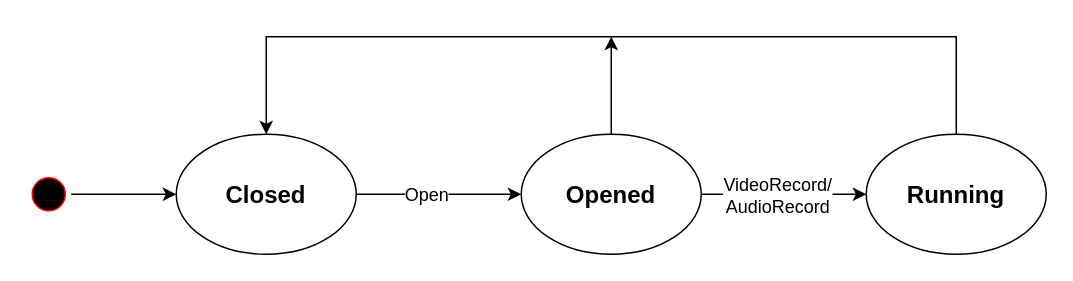
Earlier version of the draw.io diagram docs/drawio/driver-lifecycle.drawio (pion/mediadevices). Source tidied: cells renumbered, new cells numbered last; positions are measured from the earlier drawing's top-left corner, leaving out a move shared by most shapes. Both pictures are drawn from the tidied source at 150%, with x=0, y=0 at pixel (26, 36).
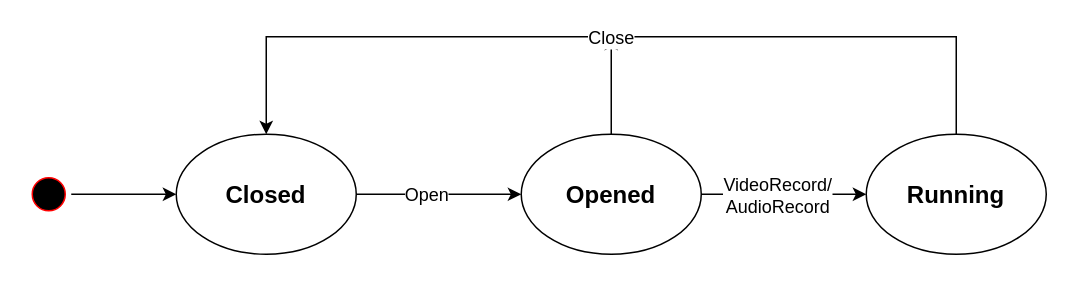
Above is the later version.

Diff of the diagram source:
```diff
@@
 <mxGraphModel>
   <root>
     <mxCell id="0" />
     <mxCell id="1" parent="0" />
     <mxCell id="2" style="edgeStyle=orthogonalEdgeStyle;rounded=0;jettySize=auto;html=1;exitX=1;exitY=0.5;exitDx=0;exitDy=0;entryX=0;entryY=0.5;entryDx=0;entryDy=0;" parent="1" edge="1" source="5" target="7">
       <mxGeometry relative="1" as="geometry" />
     </mxCell>
     <mxCell id="3" value="&lt;div&gt;VideoRecord/&lt;/div&gt;&lt;div&gt;AudioRecord&lt;br&gt;&lt;/div&gt;" style="text;html=1;align=center;verticalAlign=middle;labelBackgroundColor=#ffffff;" parent="2" vertex="1">
       <mxGeometry x="-0.29" y="1" relative="1" as="geometry">
         <mxPoint x="11" y="1" as="offset" />
       </mxGeometry>
     </mxCell>
     <mxCell id="4" style="edgeStyle=orthogonalEdgeStyle;rounded=0;jettySize=auto;html=1;exitX=0.5;exitY=0;exitDx=0;exitDy=0;endArrow=classic;endFill=1;" parent="1" edge="1" source="5">
       <mxGeometry relative="1" as="geometry">
         <mxPoint x="390" as="targetPoint" />
       </mxGeometry>
     </mxCell>
     <mxCell id="5" value="&lt;font style=&quot;font-size: 16px&quot;&gt;&lt;b&gt;Opened&lt;/b&gt;&lt;/font&gt;" style="ellipse;whiteSpace=wrap;html=1;" parent="1" vertex="1">
       <mxGeometry x="330" y="65" width="120" height="80" as="geometry" />
     </mxCell>
     <mxCell id="6" style="edgeStyle=orthogonalEdgeStyle;rounded=0;jettySize=auto;html=1;exitX=0.5;exitY=0;exitDx=0;exitDy=0;entryX=0.5;entryY=0;entryDx=0;entryDy=0;" parent="1" edge="1" source="7" target="10">
       <mxGeometry relative="1" as="geometry">
         <Array as="points">
           <mxPoint x="620" />
           <mxPoint x="160" />
         </Array>
       </mxGeometry>
     </mxCell>
+    <mxCell id="13" value="Close" style="text;html=1;align=center;verticalAlign=middle;labelBackgroundColor=#ffffff;" parent="6" vertex="1">
+      <mxGeometry x="0.12" relative="1" as="geometry">
+        <mxPoint x="34" as="offset" />
+      </mxGeometry>
+    </mxCell>
     <mxCell id="7" value="&lt;font style=&quot;font-size: 16px&quot;&gt;&lt;b&gt;Running&lt;/b&gt;&lt;/font&gt;" style="ellipse;whiteSpace=wrap;html=1;" parent="1" vertex="1">
       <mxGeometry x="560" y="65" width="120" height="80" as="geometry" />
     </mxCell>
     <mxCell id="8" style="edgeStyle=orthogonalEdgeStyle;rounded=0;jettySize=auto;html=1;exitX=1;exitY=0.5;exitDx=0;exitDy=0;entryX=0;entryY=0.5;entryDx=0;entryDy=0;" parent="1" edge="1" source="10" target="5">
       <mxGeometry relative="1" as="geometry" />
     </mxCell>
     <mxCell id="9" value="Open" style="text;html=1;align=center;verticalAlign=middle;labelBackgroundColor=#ffffff;" parent="8" vertex="1">
       <mxGeometry x="-0.17" relative="1" as="geometry" />
     </mxCell>
     <mxCell id="10" value="&lt;font style=&quot;font-size: 16px&quot;&gt;&lt;b&gt;Closed&lt;/b&gt;&lt;/font&gt;" style="ellipse;whiteSpace=wrap;html=1;" parent="1" vertex="1">
       <mxGeometry x="100" y="65" width="120" height="80" as="geometry" />
     </mxCell>
     <mxCell id="11" style="edgeStyle=orthogonalEdgeStyle;rounded=0;jettySize=auto;html=1;exitX=1;exitY=0.5;exitDx=0;exitDy=0;entryX=0;entryY=0.5;entryDx=0;entryDy=0;" parent="1" edge="1" source="12" target="10">
       <mxGeometry relative="1" as="geometry" />
     </mxCell>
     <mxCell id="12" style="ellipse;html=1;shape=startState;fillColor=#000000;strokeColor=#ff0000;fontSize=14;" parent="1" vertex="1">
       <mxGeometry y="90" width="30" height="30" as="geometry" />
     </mxCell>
   </root>
 </mxGraphModel>
```
